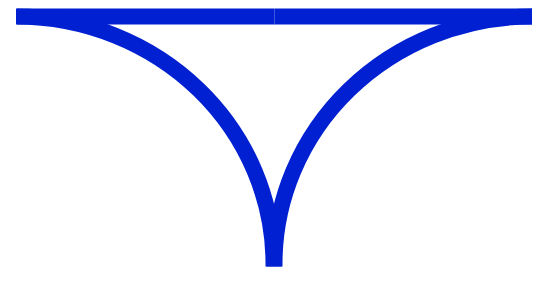
Earlier version of the draw.io diagram drawAGV/T_intersection.drawio (netCIS0xD/testRepository). Source tidied: cells renumbered, new cells numbered last; positions are measured from the earlier drawing's top-left corner, leaving out a move shared by most shapes. Both pictures are drawn from the tidied source at 100%, with x=0, y=0 at pixel (-242, 16).
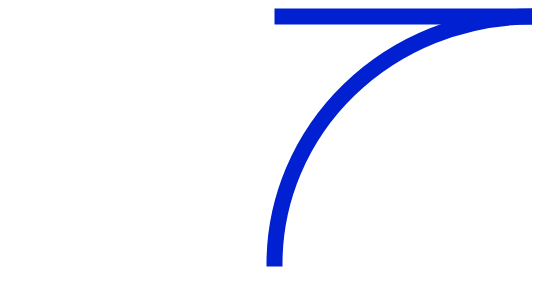
Above is the later version.

Change to the diagram source:
```diff
@@
 <mxGraphModel>
   <root>
     <mxCell id="0" />
     <mxCell id="1" parent="0" />
     <mxCell id="2" style="group;rotation=0;strokeWidth=16;" parent="1" vertex="1">
       <mxGeometry x="516" width="515" height="495" as="geometry" />
     </mxCell>
     <mxCell id="3" style="verticalLabelPosition=bottom;verticalAlign=top;html=1;shape=mxgraph.basic.arc;startAngle=0.2484085036175459;endAngle=0.5;strokeWidth=16;strokeColor=light-dark(#0020D1,#077FFF);flipV=1;flipH=1;rotation=0;fillColor=none;" parent="2" vertex="1">
       <mxGeometry width="515" height="495" as="geometry" />
     </mxCell>
-    <mxCell id="4" style="endArrow=none;html=1;rounded=0;strokeWidth=16;strokeColor=light-dark(#0020D1,#007FFF);curved=1;fillColor=#0050ef;" parent="1" edge="1">
-      <mxGeometry relative="1" as="geometry">
-        <mxPoint x="258.5" as="sourcePoint" />
-        <mxPoint x="516" as="targetPoint" />
-      </mxGeometry>
-    </mxCell>
-    <mxCell id="5" style="group;rotation=90;strokeWidth=16;fillColor=none;strokeColor=none;" parent="1" vertex="1">
-      <mxGeometry width="515" height="495" as="geometry" />
-    </mxCell>
-    <mxCell id="6" style="verticalLabelPosition=bottom;verticalAlign=top;html=1;shape=mxgraph.basic.arc;startAngle=0.2484085036175459;endAngle=0.5;strokeWidth=16;strokeColor=light-dark(#0020D1,#077FFF);flipV=1;rotation=0;fillColor=none;" parent="5" vertex="1">
-      <mxGeometry width="515" height="495" as="geometry" />
-    </mxCell>
     <mxCell id="7" style="endArrow=none;html=1;rounded=0;strokeWidth=16;strokeColor=light-dark(#0020D1,#007FFF);curved=1;fillColor=#0050ef;" parent="1" edge="1">
       <mxGeometry relative="1" as="geometry">
         <mxPoint x="516" as="sourcePoint" />
         <mxPoint x="773.5" as="targetPoint" />
       </mxGeometry>
     </mxCell>
   </root>
 </mxGraphModel>
```
